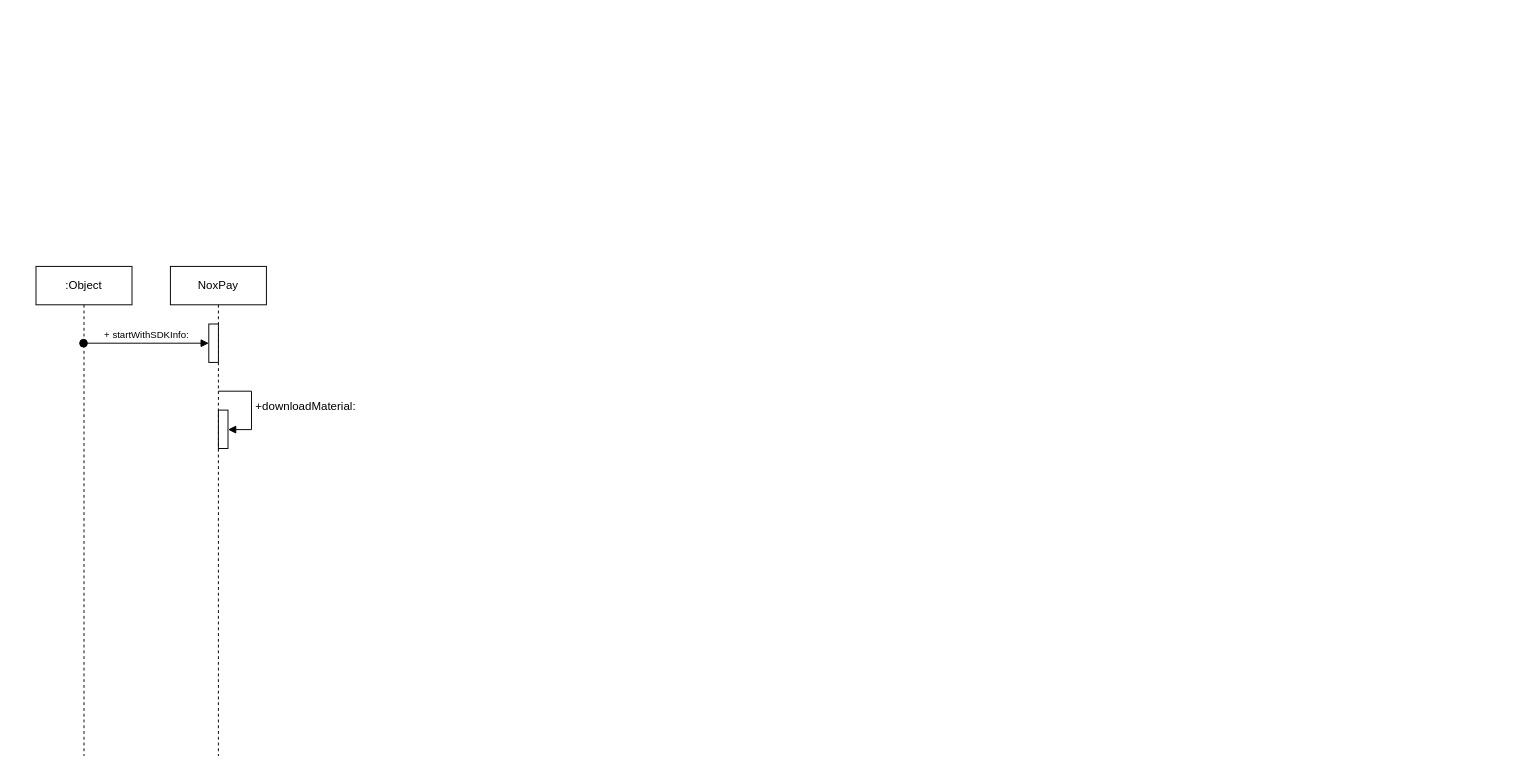
Before: NoxPay-素材模块.drawio in ChinaChong/Diagrams, a draw.io diagram. Source tidied: cells renumbered, new cells numbered last; positions are measured from the earlier drawing's top-left corner, leaving out a move shared by most shapes. Both pictures are drawn from the tidied source at 96%, with x=0, y=0 at pixel (36, 266).
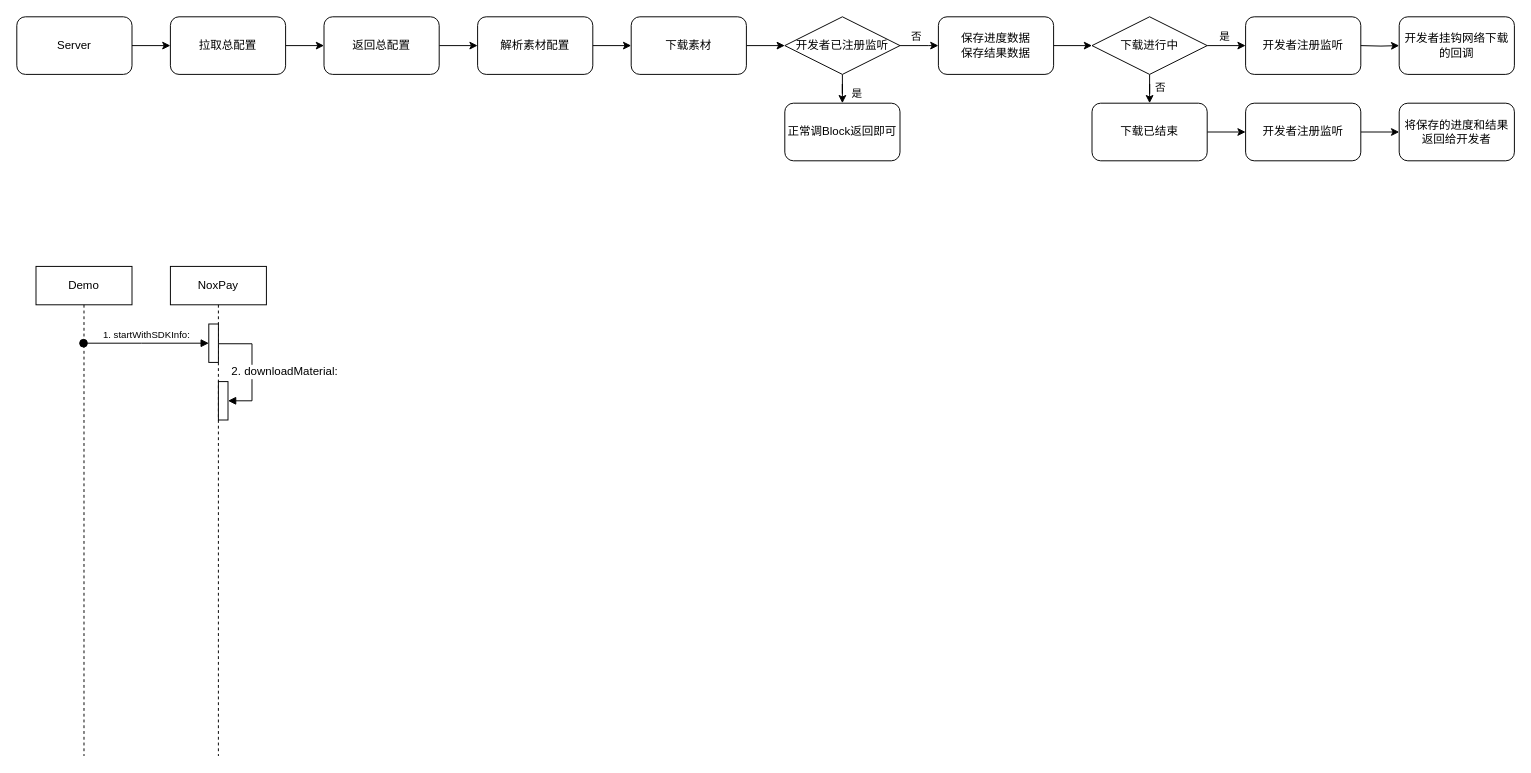
After the change.

Commit message:
更新NoxPay-素材模块.drawio

The change refers to these unchanged cells:
```xml
<mxCell id="2" value="NoxPay" style="shape=umlLifeline;perimeter=lifelinePerimeter;whiteSpace=wrap;html=1;" parent="1" vertex="1">
  <mxGeometry x="140" width="100" height="510" as="geometry" />
</mxCell>
<mxCell id="5" style="html=1;points=[];perimeter=orthogonalPerimeter;fontSize=12;" parent="2" vertex="1">
  <mxGeometry x="40" y="60" width="10" height="40" as="geometry" />
</mxCell>
```

What changed in the source:
```diff
@@
     <mxCell id="3" style="html=1;points=[];perimeter=orthogonalPerimeter;fontSize=12;" parent="2" vertex="1">
-      <mxGeometry x="50" y="149.7" width="10" height="40" as="geometry" />
+      <mxGeometry x="50" y="120" width="10" height="40" as="geometry" />
     </mxCell>
-    <mxCell id="4" value="+downloadMaterial:" style="edgeStyle=orthogonalEdgeStyle;html=1;align=left;spacingLeft=2;endArrow=block;rounded=0;exitX=0.505;exitY=0.177;exitDx=0;exitDy=0;exitPerimeter=0;fontSize=12;" parent="2" edge="1">
-      <mxGeometry relative="1" as="geometry">
-        <mxPoint x="50" y="130" as="sourcePoint" />
-        <mxPoint x="60" y="170" as="targetPoint" />
+    <mxCell id="4" value="2. downloadMaterial:" style="edgeStyle=orthogonalEdgeStyle;html=1;align=left;spacingLeft=2;endArrow=block;rounded=0;exitX=1.039;exitY=0.514;exitDx=0;exitDy=0;exitPerimeter=0;fontSize=12;" parent="2" edge="1" source="5" target="3">
+      <mxGeometry x="0.08" y="-25" relative="1" as="geometry">
         <Array as="points">
-          <mxPoint x="84.5" y="130" />
-          <mxPoint x="84.5" y="170" />
-          <mxPoint x="59.5" y="170" />
+          <mxPoint x="85" y="81" />
+          <mxPoint x="85" y="140" />
         </Array>
       </mxGeometry>
     </mxCell>
@@
-    <mxCell id="6" value=":Object" style="shape=umlLifeline;perimeter=lifelinePerimeter;whiteSpace=wrap;html=1;outlineConnect=0;" parent="1" vertex="1">
+    <mxCell id="6" value="Demo" style="shape=umlLifeline;perimeter=lifelinePerimeter;whiteSpace=wrap;html=1;outlineConnect=0;" parent="1" vertex="1">
       <mxGeometry width="100" height="510" as="geometry" />
     </mxCell>
-    <mxCell id="7" value="&lt;span style=&quot;text-align: left; font-size: 10px;&quot;&gt;&lt;font style=&quot;font-size: 10px;&quot;&gt;+ startWithSDKInfo:&lt;/font&gt;&lt;/span&gt;" style="html=1;verticalAlign=bottom;startArrow=oval;endArrow=block;startSize=8;rounded=0;fontSize=10;" parent="1" edge="1" source="6" target="5">
+    <mxCell id="7" value="&lt;span style=&quot;text-align: left ; font-size: 10px&quot;&gt;&lt;font style=&quot;font-size: 10px&quot;&gt;1. startWithSDKInfo:&lt;/font&gt;&lt;/span&gt;" style="html=1;verticalAlign=bottom;startArrow=oval;endArrow=block;startSize=8;rounded=0;fontSize=10;" parent="1" edge="1" source="6" target="5">
       <mxGeometry relative="1" as="geometry">
         <Array as="points">
           <mxPoint x="110" y="80" />
         </Array>
       </mxGeometry>
     </mxCell>
+    <mxCell id="8" style="edgeStyle=orthogonalEdgeStyle;rounded=0;jettySize=auto;html=1;" parent="1" edge="1" source="9" target="11">
+      <mxGeometry relative="1" as="geometry" />
+    </mxCell>
+    <mxCell id="9" value="Server" style="rounded=1;whiteSpace=wrap;html=1;" parent="1" vertex="1">
+      <mxGeometry x="-20" y="-260" width="120" height="60" as="geometry" />
+    </mxCell>
+    <mxCell id="10" style="edgeStyle=orthogonalEdgeStyle;rounded=0;jettySize=auto;html=1;" parent="1" edge="1" source="11" target="13">
+      <mxGeometry relative="1" as="geometry" />
+    </mxCell>
+    <mxCell id="11" value="拉取总配置" style="whiteSpace=wrap;html=1;rounded=1;" parent="1" vertex="1">
+      <mxGeometry x="140" y="-260" width="120" height="60" as="geometry" />
+    </mxCell>
+    <mxCell id="12" style="edgeStyle=orthogonalEdgeStyle;rounded=0;jettySize=auto;html=1;" parent="1" edge="1" source="13" target="15">
+      <mxGeometry relative="1" as="geometry" />
+    </mxCell>
+    <mxCell id="13" value="返回总配置" style="whiteSpace=wrap;html=1;rounded=1;" parent="1" vertex="1">
+      <mxGeometry x="300" y="-260" width="120" height="60" as="geometry" />
+    </mxCell>
+    <mxCell id="14" style="edgeStyle=orthogonalEdgeStyle;rounded=0;jettySize=auto;html=1;" parent="1" edge="1" source="15" target="17">
+      <mxGeometry relative="1" as="geometry" />
+    </mxCell>
+    <mxCell id="15" value="解析素材配置" style="whiteSpace=wrap;html=1;rounded=1;" parent="1" vertex="1">
+      <mxGeometry x="460" y="-260" width="120" height="60" as="geometry" />
+    </mxCell>
+    <mxCell id="16" style="edgeStyle=orthogonalEdgeStyle;rounded=0;jettySize=auto;html=1;entryX=0;entryY=0.5;entryDx=0;entryDy=0;" parent="1" edge="1" source="17" target="24">
+      <mxGeometry relative="1" as="geometry" />
+    </mxCell>
+    <mxCell id="17" value="下载素材" style="whiteSpace=wrap;html=1;rounded=1;" parent="1" vertex="1">
+      <mxGeometry x="620" y="-260" width="120" height="60" as="geometry" />
+    </mxCell>
+    <mxCell id="18" style="edgeStyle=orthogonalEdgeStyle;rounded=0;jettySize=auto;html=1;entryX=0;entryY=0.5;entryDx=0;entryDy=0;" parent="1" edge="1" source="19" target="30">
+      <mxGeometry relative="1" as="geometry" />
+    </mxCell>
+    <mxCell id="19" value="保存进度数据&lt;br&gt;保存结果数据" style="whiteSpace=wrap;html=1;rounded=1;" parent="1" vertex="1">
+      <mxGeometry x="940" y="-260" width="120" height="60" as="geometry" />
+    </mxCell>
+    <mxCell id="20" style="endArrow=classic;html=1;rounded=0;entryX=0;entryY=0.5;entryDx=0;entryDy=0;" parent="1" edge="1" target="19">
+      <mxGeometry relative="1" as="geometry">
+        <mxPoint x="900" y="-230" as="sourcePoint" />
+        <Array as="points">
+          <mxPoint x="930" y="-230" />
+        </Array>
+      </mxGeometry>
+    </mxCell>
+    <mxCell id="21" value="否" style="edgeLabel;html=1;align=center;verticalAlign=middle;" parent="20" vertex="1">
+      <mxGeometry x="-0.39" y="2" relative="1" as="geometry">
+        <mxPoint x="4" y="-8" as="offset" />
+      </mxGeometry>
+    </mxCell>
+    <mxCell id="22" style="edgeStyle=orthogonalEdgeStyle;rounded=0;jettySize=auto;html=1;" parent="1" edge="1" source="24" target="25">
+      <mxGeometry relative="1" as="geometry" />
+    </mxCell>
+    <mxCell id="23" value="是" style="edgeLabel;html=1;align=center;verticalAlign=middle;" parent="22" vertex="1">
+      <mxGeometry x="-0.18" y="-2" relative="1" as="geometry">
+        <mxPoint x="12" as="offset" />
+      </mxGeometry>
+    </mxCell>
+    <mxCell id="24" value="开发者已注册监听" style="shape=rhombus;perimeter=rhombusPerimeter;whiteSpace=wrap;html=1;align=center;" parent="1" vertex="1">
+      <mxGeometry x="780" y="-260" width="120" height="60" as="geometry" />
+    </mxCell>
+    <mxCell id="25" value="正常调Block返回即可" style="rounded=1;whiteSpace=wrap;html=1;" parent="1" vertex="1">
+      <mxGeometry x="780" y="-170" width="120" height="60" as="geometry" />
+    </mxCell>
+    <mxCell id="26" style="edgeStyle=orthogonalEdgeStyle;rounded=0;jettySize=auto;html=1;exitX=1;exitY=0.5;exitDx=0;exitDy=0;entryX=0;entryY=0.5;entryDx=0;entryDy=0;" parent="1" edge="1" source="30" target="31">
+      <mxGeometry relative="1" as="geometry" />
+    </mxCell>
+    <mxCell id="27" value="是" style="edgeLabel;html=1;align=center;verticalAlign=middle;" parent="26" vertex="1">
+      <mxGeometry x="-0.35" y="-1" relative="1" as="geometry">
+        <mxPoint x="4" y="-11" as="offset" />
+      </mxGeometry>
+    </mxCell>
+    <mxCell id="28" style="edgeStyle=orthogonalEdgeStyle;rounded=0;jettySize=auto;html=1;" parent="1" edge="1" source="30" target="33">
+      <mxGeometry relative="1" as="geometry" />
+    </mxCell>
+    <mxCell id="29" value="否" style="edgeLabel;html=1;align=center;verticalAlign=middle;" parent="28" vertex="1">
+      <mxGeometry x="0.3" y="-1" relative="1" as="geometry">
+        <mxPoint x="11" as="offset" />
+      </mxGeometry>
+    </mxCell>
+    <mxCell id="30" value="下载进行中" style="shape=rhombus;perimeter=rhombusPerimeter;whiteSpace=wrap;html=1;align=center;" parent="1" vertex="1">
+      <mxGeometry x="1100" y="-260" width="120" height="60" as="geometry" />
+    </mxCell>
+    <mxCell id="31" value="开发者注册监听" style="whiteSpace=wrap;html=1;rounded=1;" parent="1" vertex="1">
+      <mxGeometry x="1260" y="-260" width="120" height="60" as="geometry" />
+    </mxCell>
+    <mxCell id="32" style="edgeStyle=orthogonalEdgeStyle;rounded=0;jettySize=auto;html=1;" parent="1" edge="1" source="33" target="37">
+      <mxGeometry relative="1" as="geometry" />
+    </mxCell>
+    <mxCell id="33" value="下载已结束" style="whiteSpace=wrap;html=1;rounded=1;" parent="1" vertex="1">
+      <mxGeometry x="1100" y="-170" width="120" height="60" as="geometry" />
+    </mxCell>
+    <mxCell id="34" style="edgeStyle=orthogonalEdgeStyle;rounded=0;jettySize=auto;html=1;" parent="1" edge="1" target="35">
+      <mxGeometry relative="1" as="geometry">
+        <mxPoint x="1380" y="-230" as="sourcePoint" />
+      </mxGeometry>
+    </mxCell>
+    <mxCell id="35" value="开发者挂钩网络下载的回调" style="whiteSpace=wrap;html=1;rounded=1;" parent="1" vertex="1">
+      <mxGeometry x="1420" y="-260" width="120" height="60" as="geometry" />
+    </mxCell>
+    <mxCell id="36" style="edgeStyle=orthogonalEdgeStyle;rounded=0;jettySize=auto;html=1;" parent="1" edge="1" source="37" target="38">
+      <mxGeometry relative="1" as="geometry" />
+    </mxCell>
+    <mxCell id="37" value="&lt;span&gt;开发者注册监听&lt;/span&gt;" style="whiteSpace=wrap;html=1;rounded=1;" parent="1" vertex="1">
+      <mxGeometry x="1260" y="-170" width="120" height="60" as="geometry" />
+    </mxCell>
+    <mxCell id="38" value="将保存的进度和结果返回给开发者" style="whiteSpace=wrap;html=1;rounded=1;" parent="1" vertex="1">
+      <mxGeometry x="1420" y="-170" width="120" height="60" as="geometry" />
+    </mxCell>
```
